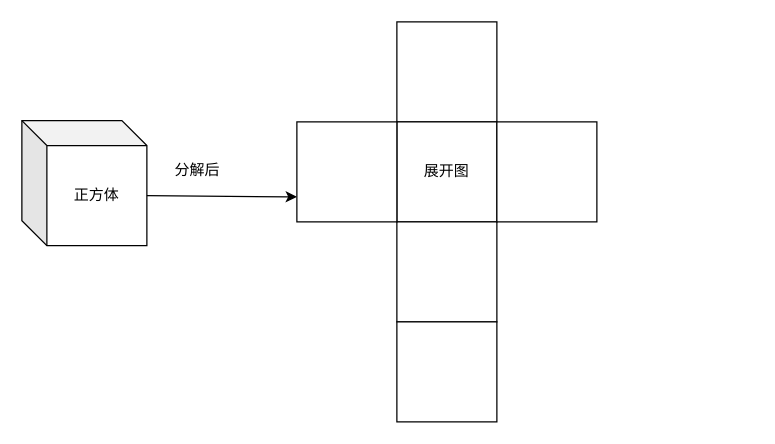
This is 正方体分解.drawio from UTOUUCENTER-CD/Wendy-of-Docs, a draw.io file, before an edit. Source tidied: cells renumbered, new cells numbered last; positions are measured from the earlier drawing's top-left corner, leaving out a move shared by most shapes. Both pictures are drawn from the tidied source at 125%, with x=0, y=0 at pixel (21, 21).
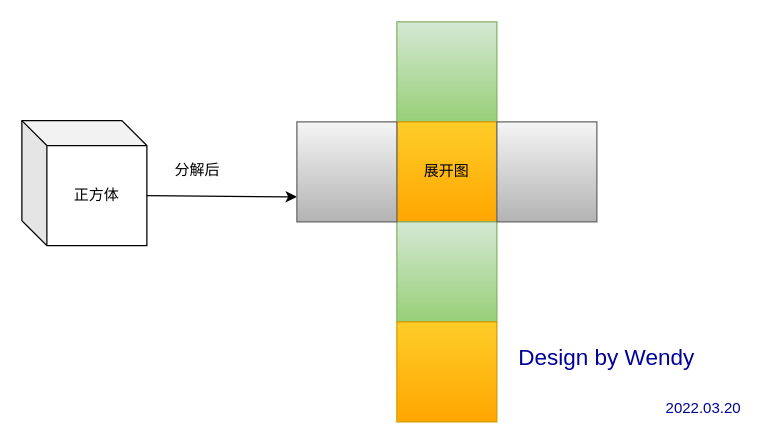
The same diagram, later.

Commit message (it also covers changes not shown here):
Update 正方体分解.drawio

Change to the diagram source:
```diff
@@
 <mxGraphModel>
   <root>
     <mxCell id="0" />
     <mxCell id="1" parent="0" />
     <mxCell id="2" value="正方体" style="shape=cube;whiteSpace=wrap;html=1;boundedLbl=1;backgroundOutline=1;darkOpacity=0.05;darkOpacity2=0.1;" parent="1" vertex="1">
       <mxGeometry y="79" width="100" height="100" as="geometry" />
     </mxCell>
     <mxCell id="3" style="endArrow=classic;html=1;rounded=0;exitX=0;exitY=0;exitDx=100;exitDy=60;exitPerimeter=0;entryX=0;entryY=0.75;entryDx=0;entryDy=0;" parent="1" edge="1" source="2" target="7">
       <mxGeometry relative="1" as="geometry" />
     </mxCell>
-    <mxCell id="4" style="whiteSpace=wrap;html=1;" parent="1" vertex="1">
+    <mxCell id="4" style="whiteSpace=wrap;html=1;fillColor=#d5e8d4;gradientColor=#97d077;strokeColor=#82b366;" parent="1" vertex="1">
       <mxGeometry x="300" width="80" height="80" as="geometry" />
     </mxCell>
-    <mxCell id="5" value="展开图" style="whiteSpace=wrap;html=1;" parent="1" vertex="1">
+    <mxCell id="5" value="展开图" style="whiteSpace=wrap;html=1;fillColor=#ffcd28;gradientColor=#ffa500;strokeColor=#d79b00;" parent="1" vertex="1">
       <mxGeometry x="300" y="80" width="80" height="80" as="geometry" />
     </mxCell>
-    <mxCell id="6" style="whiteSpace=wrap;html=1;" parent="1" vertex="1">
+    <mxCell id="6" style="whiteSpace=wrap;html=1;fillColor=#d5e8d4;gradientColor=#97d077;strokeColor=#82b366;" parent="1" vertex="1">
       <mxGeometry x="300" y="160" width="80" height="80" as="geometry" />
     </mxCell>
-    <mxCell id="7" style="whiteSpace=wrap;html=1;" parent="1" vertex="1">
+    <mxCell id="7" style="whiteSpace=wrap;html=1;fillColor=#f5f5f5;gradientColor=#b3b3b3;strokeColor=#666666;" parent="1" vertex="1">
       <mxGeometry x="220" y="80" width="80" height="80" as="geometry" />
     </mxCell>
-    <mxCell id="8" style="whiteSpace=wrap;html=1;" parent="1" vertex="1">
+    <mxCell id="8" style="whiteSpace=wrap;html=1;fillColor=#f5f5f5;gradientColor=#b3b3b3;strokeColor=#666666;" parent="1" vertex="1">
       <mxGeometry x="380" y="80" width="80" height="80" as="geometry" />
     </mxCell>
-    <mxCell id="9" style="whiteSpace=wrap;html=1;" parent="1" vertex="1">
+    <mxCell id="9" style="whiteSpace=wrap;html=1;fillColor=#ffcd28;gradientColor=#ffa500;strokeColor=#d79b00;" parent="1" vertex="1">
       <mxGeometry x="300" y="240" width="80" height="80" as="geometry" />
     </mxCell>
     <mxCell id="10" value="分解后" style="text;html=1;align=center;verticalAlign=middle;strokeColor=none;fillColor=none;" parent="1" vertex="1">
       <mxGeometry x="115" y="109" width="50" height="20" as="geometry" />
     </mxCell>
+    <mxCell id="11" value="&lt;font style=&quot;font-size: 18px&quot; color=&quot;#000099&quot;&gt;Design by Wendy&amp;nbsp;&lt;/font&gt;" style="text;html=1;align=center;verticalAlign=middle;strokeColor=none;fillColor=none;" parent="1" vertex="1">
+      <mxGeometry x="390" y="259" width="160" height="20" as="geometry" />
+    </mxCell>
+    <mxCell id="12" value="&lt;font color=&quot;#000099&quot;&gt;2022.03.20&lt;/font&gt;" style="text;html=1;align=center;verticalAlign=middle;strokeColor=none;fillColor=none;" parent="1" vertex="1">
+      <mxGeometry x="505" y="299" width="80" height="20" as="geometry" />
+    </mxCell>
   </root>
 </mxGraphModel>
```
